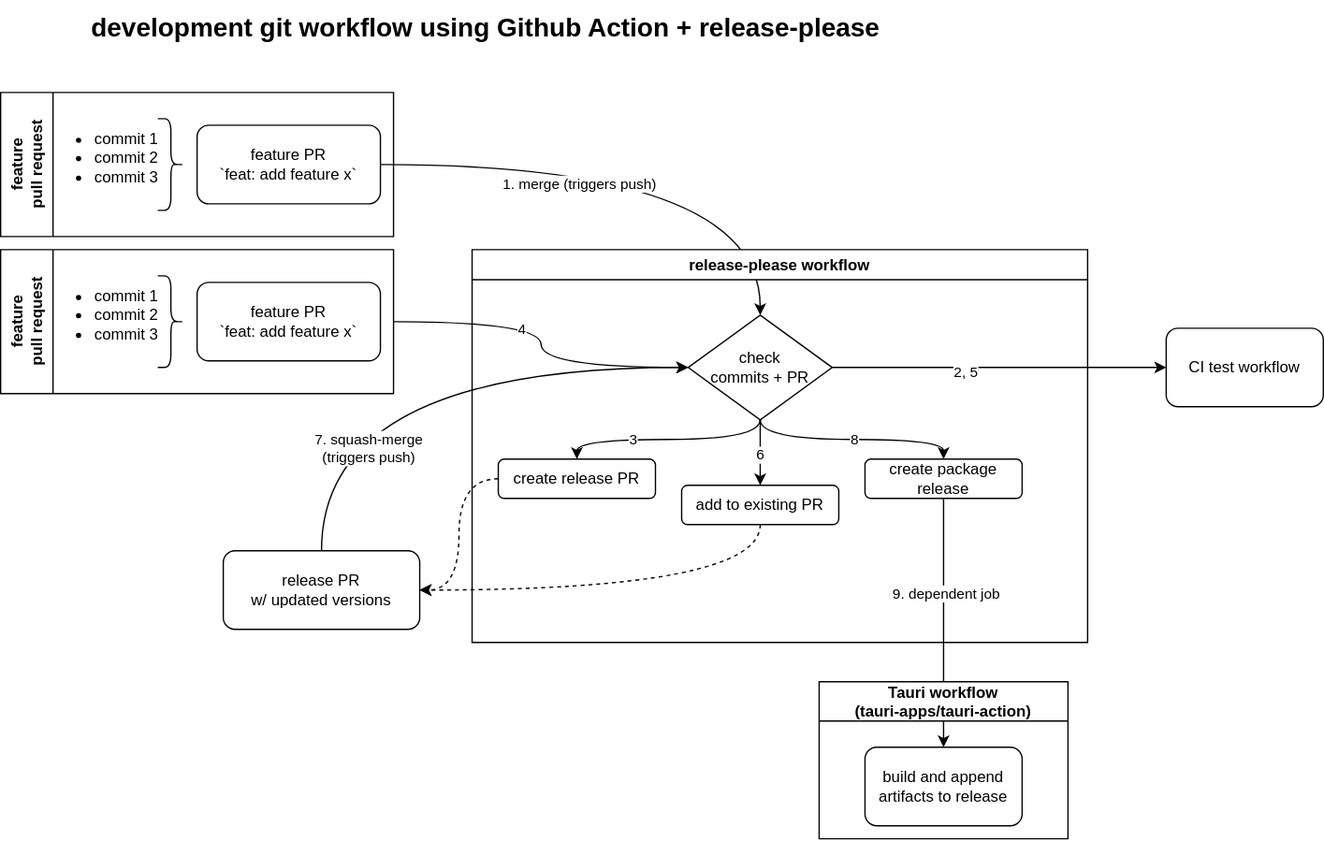
The draw.io diagram docs/release-please-workflow.drawio.svg in szn-app/donation-web-platform, before a commit. Source tidied: cells renumbered, new cells last; positions are measured from the earlier drawing's top-left corner, leaving out a move shared by most shapes.
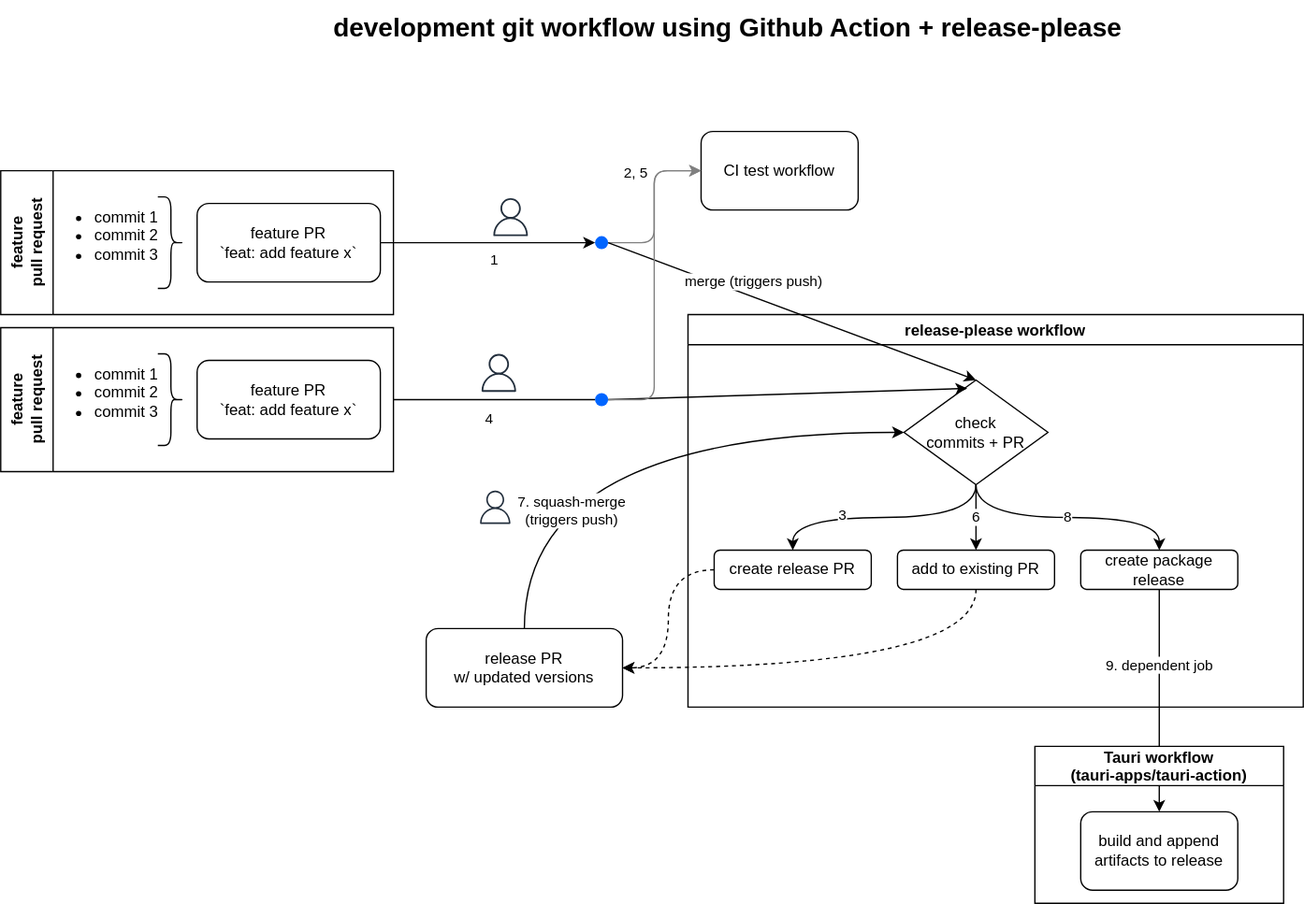
Later version of the same file.

Commit message:
ci: restrict release workflow triggering

The edit, as a diff of the source:
```diff
@@ -3,7 +3,7 @@
     <mxCell id="0" />
     <mxCell id="1" parent="0" />
     <mxCell id="2" value="feature &lt;br&gt;pull request" style="swimlane;horizontal=0;whiteSpace=wrap;html=1;startSize=40;" parent="1" vertex="1">
-      <mxGeometry y="70" width="300" height="110" as="geometry" />
+      <mxGeometry x="-165" y="80" width="300" height="110" as="geometry" />
     </mxCell>
     <mxCell id="3" value="&lt;ul&gt;&lt;li&gt;commit 1&lt;/li&gt;&lt;li&gt;commit 2&lt;/li&gt;&lt;li&gt;commit 3&lt;/li&gt;&lt;/ul&gt;" style="text;strokeColor=none;fillColor=none;html=1;whiteSpace=wrap;verticalAlign=middle;overflow=hidden;" parent="2" vertex="1">
       <mxGeometry x="30" y="10" width="120" height="80" as="geometry" />
@@ -14,11 +14,13 @@
     <mxCell id="5" value="feature PR&lt;br&gt;`feat: add feature x`" style="rounded=1;whiteSpace=wrap;html=1;" parent="2" vertex="1">
       <mxGeometry x="150" y="25" width="140" height="60" as="geometry" />
     </mxCell>
-    <mxCell id="6" style="curved=1;endArrow=classic;html=1;exitX=1;exitY=0.5;exitDx=0;exitDy=0;edgeStyle=orthogonalEdgeStyle;" parent="1" edge="1" source="5" target="9">
+    <mxCell id="6" style="curved=1;endArrow=classic;html=1;exitX=1;exitY=0.5;exitDx=0;exitDy=0;edgeStyle=orthogonalEdgeStyle;entryX=0;entryY=0.5;entryDx=0;entryDy=0;" parent="1" edge="1" source="5" target="41">
       <mxGeometry relative="1" as="geometry" />
     </mxCell>
-    <mxCell id="7" value="1. merge (triggers push)" style="edgeLabel;html=1;align=center;verticalAlign=middle;" parent="6" vertex="1">
-      <mxGeometry x="-0.25" y="-13" relative="1" as="geometry" />
+    <mxCell id="7" value="1" style="edgeLabel;html=1;align=center;verticalAlign=middle;" parent="6" vertex="1">
+      <mxGeometry x="-0.25" y="-13" relative="1" as="geometry">
+        <mxPoint x="26" as="offset" />
+      </mxGeometry>
     </mxCell>
     <mxCell id="8" value="release-please workflow" style="swimlane;" parent="1" vertex="1">
       <mxGeometry x="360" y="190" width="470" height="300" as="geometry" />
@@ -27,7 +29,7 @@
       <mxGeometry x="165" y="50" width="110" height="80" as="geometry" />
     </mxCell>
     <mxCell id="10" value="create release PR" style="rounded=1;whiteSpace=wrap;html=1;" parent="8" vertex="1">
-      <mxGeometry x="20" y="160" width="120" height="30" as="geometry" />
+      <mxGeometry x="20" y="180" width="120" height="30" as="geometry" />
     </mxCell>
     <mxCell id="11" style="edgeStyle=orthogonalEdgeStyle;curved=1;html=1;exitX=0.5;exitY=1;exitDx=0;exitDy=0;" parent="8" edge="1" source="9" target="10">
       <mxGeometry relative="1" as="geometry" />
@@ -36,7 +38,7 @@
       <mxGeometry x="0.34" y="-2" relative="1" as="geometry" />
     </mxCell>
     <mxCell id="13" value="create package release" style="rounded=1;whiteSpace=wrap;html=1;" parent="8" vertex="1">
-      <mxGeometry x="300" y="160" width="120" height="30" as="geometry" />
+      <mxGeometry x="300" y="180" width="120" height="30" as="geometry" />
     </mxCell>
     <mxCell id="14" value="8" style="edgeStyle=orthogonalEdgeStyle;curved=1;html=1;exitX=0.5;exitY=1;exitDx=0;exitDy=0;" parent="8" edge="1" source="9" target="13">
       <mxGeometry relative="1" as="geometry" />
@@ -56,19 +58,16 @@
       </mxGeometry>
     </mxCell>
     <mxCell id="19" value="release PR &lt;br&gt;w/ updated versions" style="rounded=1;whiteSpace=wrap;html=1;" parent="1" vertex="1">
-      <mxGeometry x="170" y="420" width="150" height="60" as="geometry" />
+      <mxGeometry x="160" y="430" width="150" height="60" as="geometry" />
     </mxCell>
     <mxCell id="20" style="edgeStyle=orthogonalEdgeStyle;curved=1;html=1;startArrow=none;dashed=1;entryX=1;entryY=0.5;entryDx=0;entryDy=0;" parent="1" edge="1" source="10" target="19">
       <mxGeometry relative="1" as="geometry" />
     </mxCell>
-    <mxCell id="21" style="edgeStyle=orthogonalEdgeStyle;curved=1;html=1;exitX=1;exitY=0.5;exitDx=0;exitDy=0;" parent="1" edge="1" source="23" target="9">
+    <mxCell id="21" style="html=1;exitX=1;exitY=0.5;exitDx=0;exitDy=0;startArrow=none;entryX=0.439;entryY=0.08;entryDx=0;entryDy=0;entryPerimeter=0;" parent="1" edge="1" source="44" target="9">
       <mxGeometry relative="1" as="geometry" />
     </mxCell>
-    <mxCell id="22" value="4" style="edgeLabel;html=1;align=center;verticalAlign=middle;" parent="21" vertex="1">
-      <mxGeometry x="-0.27" y="-4" relative="1" as="geometry" />
-    </mxCell>
     <mxCell id="23" value="feature &lt;br&gt;pull request" style="swimlane;horizontal=0;whiteSpace=wrap;html=1;startSize=40;" parent="1" vertex="1">
-      <mxGeometry y="190" width="300" height="110" as="geometry" />
+      <mxGeometry x="-165" y="200" width="300" height="110" as="geometry" />
     </mxCell>
     <mxCell id="24" value="&lt;ul&gt;&lt;li&gt;commit 1&lt;/li&gt;&lt;li&gt;commit 2&lt;/li&gt;&lt;li&gt;commit 3&lt;/li&gt;&lt;/ul&gt;" style="text;strokeColor=none;fillColor=none;html=1;whiteSpace=wrap;verticalAlign=middle;overflow=hidden;" parent="23" vertex="1">
       <mxGeometry x="30" y="10" width="120" height="80" as="geometry" />
@@ -83,7 +82,7 @@
       <mxGeometry relative="1" as="geometry" />
     </mxCell>
     <mxCell id="28" value="development git workflow using Github Action + release-please" style="text;html=1;align=center;verticalAlign=middle;strokeColor=none;fillColor=none;fontStyle=1;fontSize=20;" parent="1" vertex="1">
-      <mxGeometry x="55" width="630" height="40" as="geometry" />
+      <mxGeometry x="75" y="-50" width="630" height="40" as="geometry" />
     </mxCell>
     <mxCell id="29" style="edgeStyle=none;html=1;entryX=0.5;entryY=0;entryDx=0;entryDy=0;" parent="1" edge="1" source="13" target="31">
       <mxGeometry relative="1" as="geometry" />
@@ -100,13 +99,49 @@
       <mxGeometry x="625" y="520" width="190" height="120" as="geometry" />
     </mxCell>
     <mxCell id="33" value="CI test workflow" style="rounded=1;whiteSpace=wrap;html=1;" parent="1" vertex="1">
-      <mxGeometry x="890" y="250" width="120" height="60" as="geometry" />
+      <mxGeometry x="370" y="50" width="120" height="60" as="geometry" />
     </mxCell>
-    <mxCell id="34" style="edgeStyle=none;html=1;" parent="1" edge="1" source="9" target="33">
+    <mxCell id="34" style="edgeStyle=elbowEdgeStyle;html=1;exitX=1;exitY=0.5;exitDx=0;exitDy=0;strokeColor=#808080;" parent="1" edge="1" source="41" target="33">
       <mxGeometry relative="1" as="geometry" />
     </mxCell>
     <mxCell id="35" value="2, 5" style="edgeLabel;html=1;align=center;verticalAlign=middle;" parent="34" vertex="1">
-      <mxGeometry x="-0.23" y="-2" relative="1" as="geometry" />
+      <mxGeometry x="-0.23" y="-2" relative="1" as="geometry">
+        <mxPoint x="-17" y="-40" as="offset" />
+      </mxGeometry>
     </mxCell>
+    <mxCell id="36" style="sketch=0;fontColor=#232F3E;gradientColor=none;fillColor=#232F3D;strokeColor=none;dashed=0;verticalLabelPosition=bottom;verticalAlign=top;align=center;html=1;fontSize=12;fontStyle=0;shape=mxgraph.aws4.user;" parent="1" vertex="1">
+      <mxGeometry x="210" y="101" width="29" height="29" as="geometry" />
+    </mxCell>
+    <mxCell id="37" style="sketch=0;fontColor=#232F3E;gradientColor=none;fillColor=#232F3D;strokeColor=none;dashed=0;verticalLabelPosition=bottom;verticalAlign=top;align=center;html=1;fontSize=12;fontStyle=0;shape=mxgraph.aws4.user;" parent="1" vertex="1">
+      <mxGeometry x="201" y="220" width="29" height="29" as="geometry" />
+    </mxCell>
+    <mxCell id="38" style="sketch=0;fontColor=#232F3E;gradientColor=none;fillColor=#232F3D;strokeColor=none;dashed=0;verticalLabelPosition=bottom;verticalAlign=top;align=center;html=1;fontSize=12;fontStyle=0;shape=mxgraph.aws4.user;" parent="1" vertex="1">
+      <mxGeometry x="200" y="324.5" width="25.5" height="25.5" as="geometry" />
+    </mxCell>
+    <mxCell id="39" style="edgeStyle=none;html=1;exitX=1;exitY=0.5;exitDx=0;exitDy=0;entryX=0.5;entryY=0;entryDx=0;entryDy=0;" parent="1" edge="1" source="41" target="9">
+      <mxGeometry relative="1" as="geometry" />
+    </mxCell>
+    <mxCell id="40" value="merge (triggers push)" style="edgeLabel;html=1;align=center;verticalAlign=middle;" parent="39" vertex="1">
+      <mxGeometry x="-0.21" y="-1" relative="1" as="geometry">
+        <mxPoint x="1" y="-12" as="offset" />
+      </mxGeometry>
+    </mxCell>
+    <mxCell id="41" style="shape=ellipse;fillColor=#0065FF;strokeColor=none;html=1;sketch=0;" parent="1" vertex="1">
+      <mxGeometry x="289" y="130" width="10" height="10" as="geometry" />
+    </mxCell>
+    <mxCell id="42" style="edgeStyle=orthogonalEdgeStyle;curved=1;html=1;exitX=1;exitY=0.5;exitDx=0;exitDy=0;endArrow=none;" parent="1" edge="1" source="23" target="44">
+      <mxGeometry relative="1" as="geometry" />
+    </mxCell>
+    <mxCell id="22" value="4" style="edgeLabel;html=1;align=center;verticalAlign=middle;" parent="42" vertex="1">
+      <mxGeometry x="-0.27" y="-4" relative="1" as="geometry">
+        <mxPoint x="17" y="11" as="offset" />
+      </mxGeometry>
+    </mxCell>
+    <mxCell id="43" style="edgeStyle=elbowEdgeStyle;html=1;exitX=1;exitY=0.5;exitDx=0;exitDy=0;entryX=0;entryY=0.5;entryDx=0;entryDy=0;strokeColor=#808080;" parent="1" edge="1" source="44" target="33">
+      <mxGeometry relative="1" as="geometry" />
+    </mxCell>
+    <mxCell id="44" style="shape=ellipse;fillColor=#0065FF;strokeColor=none;html=1;sketch=0;" parent="1" vertex="1">
+      <mxGeometry x="289" y="250" width="10" height="10" as="geometry" />
+    </mxCell>
   </root>
 </mxGraphModel>
```
